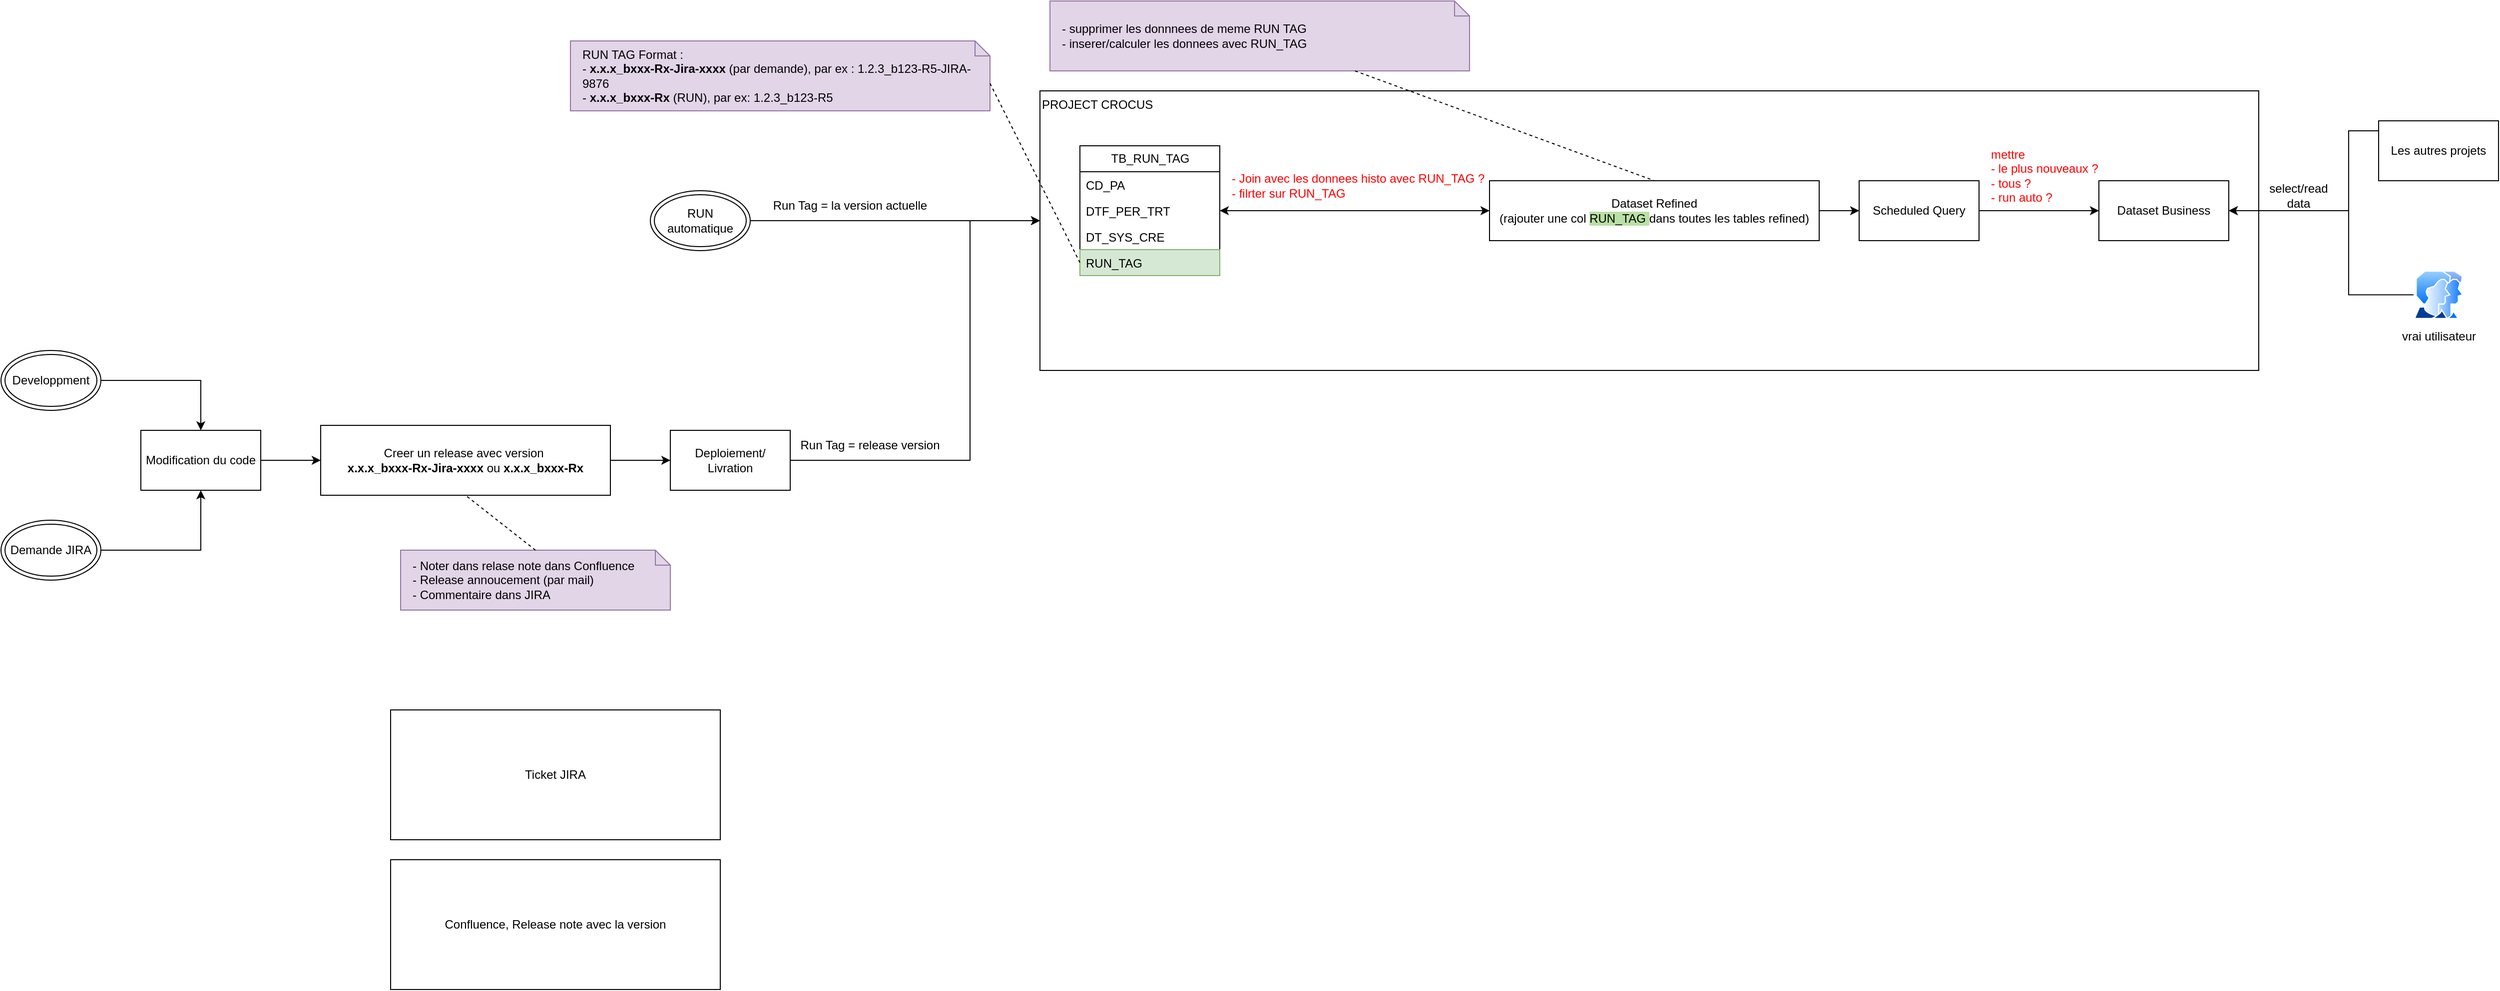
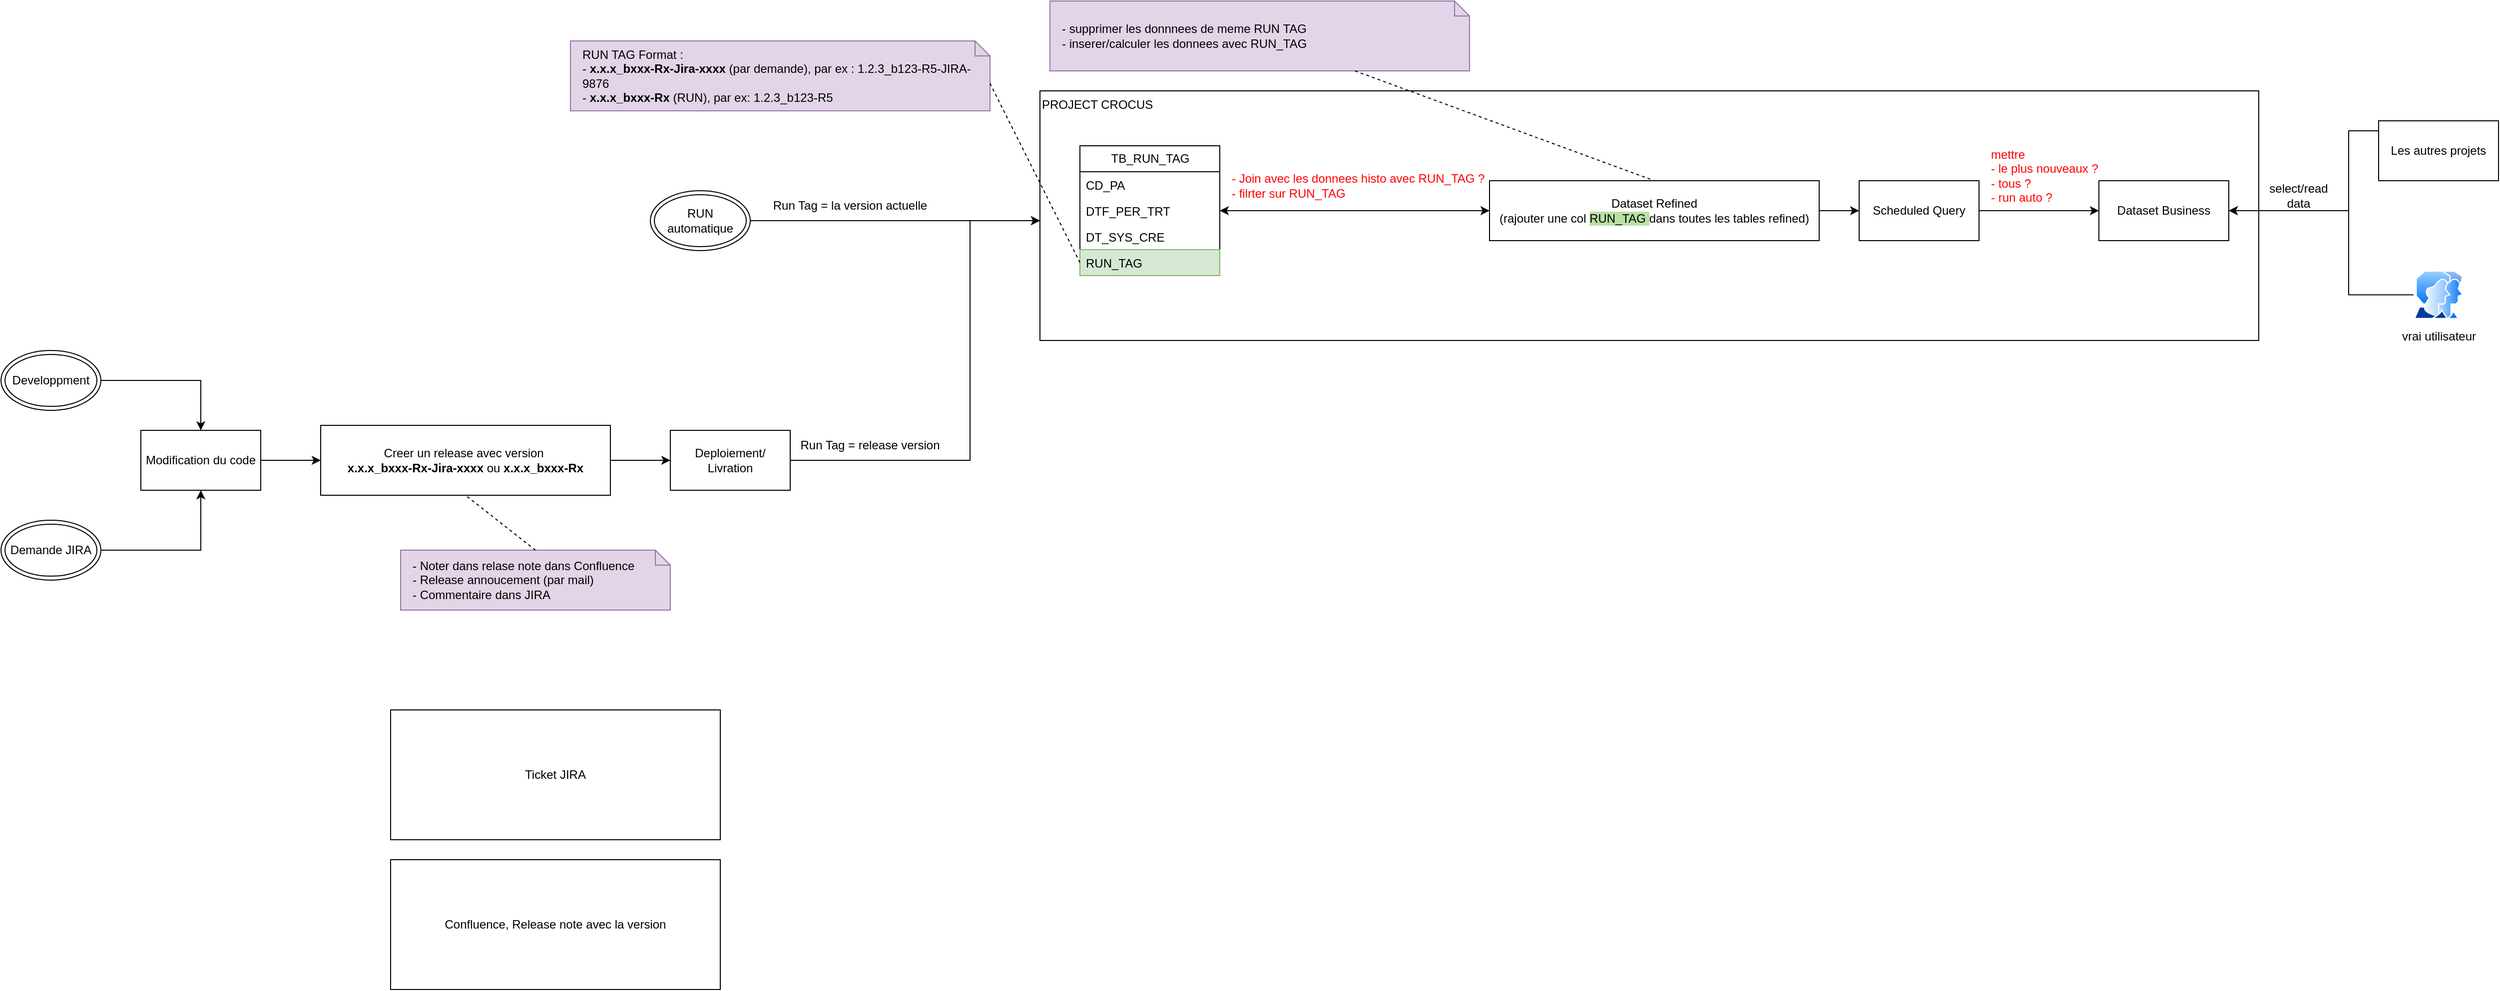
<mxfile host="app.diagrams.net">
  <diagram name="Page-1" id="bEAYSmEDHXBXhFzCy1HB">
-     <mxGraphModel dx="2532" dy="922" grid="1" gridSize="10" guides="1" tooltips="1" connect="1" arrows="1" fold="1" page="1" pageScale="1" pageWidth="827" pageHeight="1169" math="0" shadow="0">
+     <mxGraphModel dx="3234" dy="1301" grid="1" gridSize="10" guides="1" tooltips="1" connect="1" arrows="1" fold="1" page="1" pageScale="1" pageWidth="827" pageHeight="1169" math="0" shadow="0">
      <root>
        <mxCell id="0" />
        <mxCell id="1" parent="0" />
        <mxCell id="QUzsFoNl6aFI_2ed8XXq-13" parent="1" style="rounded=0;whiteSpace=wrap;html=1;align=left;verticalAlign=top;" value="PROJECT CROCUS" vertex="1">
-           <mxGeometry height="280" width="1220" x="380" y="140" as="geometry" />
+           <mxGeometry height="250" width="1220" x="380" y="140" as="geometry" />
        </mxCell>
        <mxCell id="QUzsFoNl6aFI_2ed8XXq-1" parent="1" style="swimlane;fontStyle=0;childLayout=stackLayout;horizontal=1;startSize=26;fillColor=none;horizontalStack=0;resizeParent=1;resizeParentMax=0;resizeLast=0;collapsible=1;marginBottom=0;html=1;" value="TB_RUN_TAG" vertex="1">
          <mxGeometry height="130" width="140" x="420" y="195" as="geometry" />
        </mxCell>
        <mxCell id="QUzsFoNl6aFI_2ed8XXq-2" parent="QUzsFoNl6aFI_2ed8XXq-1" style="text;strokeColor=none;fillColor=none;align=left;verticalAlign=top;spacingLeft=4;spacingRight=4;overflow=hidden;rotatable=0;points=[[0,0.5],[1,0.5]];portConstraint=eastwest;whiteSpace=wrap;html=1;" value="CD_PA" vertex="1">
          <mxGeometry height="26" width="140" y="26" as="geometry" />
        </mxCell>
        <mxCell id="QUzsFoNl6aFI_2ed8XXq-3" parent="QUzsFoNl6aFI_2ed8XXq-1" style="text;strokeColor=none;fillColor=none;align=left;verticalAlign=top;spacingLeft=4;spacingRight=4;overflow=hidden;rotatable=0;points=[[0,0.5],[1,0.5]];portConstraint=eastwest;whiteSpace=wrap;html=1;" value="DTF_PER_TRT" vertex="1">
          <mxGeometry height="26" width="140" y="52" as="geometry" />
        </mxCell>
        <mxCell id="QUzsFoNl6aFI_2ed8XXq-4" parent="QUzsFoNl6aFI_2ed8XXq-1" style="text;strokeColor=none;fillColor=none;align=left;verticalAlign=top;spacingLeft=4;spacingRight=4;overflow=hidden;rotatable=0;points=[[0,0.5],[1,0.5]];portConstraint=eastwest;whiteSpace=wrap;html=1;" value="DT_SYS_CRE" vertex="1">
          <mxGeometry height="26" width="140" y="78" as="geometry" />
        </mxCell>
        <mxCell id="QUzsFoNl6aFI_2ed8XXq-5" parent="QUzsFoNl6aFI_2ed8XXq-1" style="text;strokeColor=#82b366;fillColor=#d5e8d4;align=left;verticalAlign=top;spacingLeft=4;spacingRight=4;overflow=hidden;rotatable=0;points=[[0,0.5],[1,0.5]];portConstraint=eastwest;whiteSpace=wrap;html=1;" value="RUN_TAG" vertex="1">
          <mxGeometry height="26" width="140" y="104" as="geometry" />
        </mxCell>
        <mxCell id="QUzsFoNl6aFI_2ed8XXq-7" parent="1" style="shape=note;size=15;align=left;spacingLeft=10;html=1;whiteSpace=wrap;fillColor=#e1d5e7;strokeColor=#9673a6;" value="RUN TAG Format :&amp;nbsp;&lt;div&gt;- &lt;b&gt;x.x.x_bxxx-Rx-Jira-xxxx&lt;/b&gt; (par demande), par ex : 1.2.3_b123-R5-JIRA-9876&lt;/div&gt;&lt;div&gt;-&lt;b&gt; x.x.x_bxxx-Rx&lt;/b&gt; (RUN), par ex: 1.2.3_b123-R5&lt;/div&gt;" vertex="1">
          <mxGeometry height="70" width="420" x="-90" y="90" as="geometry" />
        </mxCell>
        <mxCell id="QUzsFoNl6aFI_2ed8XXq-8" edge="1" parent="1" source="QUzsFoNl6aFI_2ed8XXq-7" style="edgeStyle=none;endArrow=none;exitX=0;exitY=0;dashed=1;html=1;rounded=0;entryX=0;entryY=0.5;entryDx=0;entryDy=0;exitDx=420;exitDy=42.5;exitPerimeter=0;" target="QUzsFoNl6aFI_2ed8XXq-5" value="">
          <mxGeometry relative="1" x="1" as="geometry">
            <mxPoint x="590" y="660" as="targetPoint" />
          </mxGeometry>
        </mxCell>
        <mxCell id="QUzsFoNl6aFI_2ed8XXq-10" parent="1" style="rounded=0;whiteSpace=wrap;html=1;" value="Confluence, Release note avec la v&lt;span style=&quot;background-color: transparent; color: light-dark(rgb(0, 0, 0), rgb(255, 255, 255));&quot;&gt;ersion&lt;/span&gt;" vertex="1">
          <mxGeometry height="130" width="330" x="-270" y="910" as="geometry" />
        </mxCell>
        <mxCell id="QUzsFoNl6aFI_2ed8XXq-11" parent="1" style="rounded=0;whiteSpace=wrap;html=1;" value="Ticket JIRA" vertex="1">
          <mxGeometry height="130" width="330" x="-270" y="760" as="geometry" />
        </mxCell>
        <mxCell id="QUzsFoNl6aFI_2ed8XXq-42" edge="1" parent="1" source="QUzsFoNl6aFI_2ed8XXq-12" style="edgeStyle=orthogonalEdgeStyle;rounded=0;orthogonalLoop=1;jettySize=auto;html=1;entryX=1;entryY=0.5;entryDx=0;entryDy=0;startArrow=classic;startFill=1;" target="QUzsFoNl6aFI_2ed8XXq-3">
          <mxGeometry relative="1" as="geometry" />
        </mxCell>
        <mxCell id="QUzsFoNl6aFI_2ed8XXq-50" edge="1" parent="1" source="QUzsFoNl6aFI_2ed8XXq-12" style="edgeStyle=orthogonalEdgeStyle;rounded=0;orthogonalLoop=1;jettySize=auto;html=1;" target="QUzsFoNl6aFI_2ed8XXq-46">
          <mxGeometry relative="1" as="geometry">
            <Array as="points" />
          </mxGeometry>
        </mxCell>
        <mxCell id="QUzsFoNl6aFI_2ed8XXq-12" parent="1" style="rounded=0;whiteSpace=wrap;html=1;" value="Dataset Refined&lt;div&gt;(rajouter une col &lt;span style=&quot;background-color: rgb(185, 224, 165);&quot;&gt;RUN_TAG &lt;/span&gt;dans toutes les tables refined)&lt;/div&gt;" vertex="1">
          <mxGeometry height="60" width="330" x="830" y="230" as="geometry" />
        </mxCell>
        <mxCell id="QUzsFoNl6aFI_2ed8XXq-27" edge="1" parent="1" source="QUzsFoNl6aFI_2ed8XXq-33" style="edgeStyle=orthogonalEdgeStyle;rounded=0;orthogonalLoop=1;jettySize=auto;html=1;entryX=0.5;entryY=0;entryDx=0;entryDy=0;" target="QUzsFoNl6aFI_2ed8XXq-23">
          <mxGeometry relative="1" as="geometry">
            <mxPoint x="-760" y="325" as="sourcePoint" />
          </mxGeometry>
        </mxCell>
        <mxCell id="QUzsFoNl6aFI_2ed8XXq-29" edge="1" parent="1" source="QUzsFoNl6aFI_2ed8XXq-34" style="edgeStyle=orthogonalEdgeStyle;rounded=0;orthogonalLoop=1;jettySize=auto;html=1;entryX=0.5;entryY=1;entryDx=0;entryDy=0;" target="QUzsFoNl6aFI_2ed8XXq-23">
          <mxGeometry relative="1" as="geometry">
            <mxPoint x="-820" y="785" as="sourcePoint" />
          </mxGeometry>
        </mxCell>
        <mxCell id="QUzsFoNl6aFI_2ed8XXq-19" parent="1" style="text;html=1;whiteSpace=wrap;strokeColor=none;fillColor=none;align=center;verticalAlign=middle;rounded=0;" value="Run Tag = la version actuelle" vertex="1">
          <mxGeometry height="30" width="200" x="90" y="240" as="geometry" />
        </mxCell>
        <mxCell id="QUzsFoNl6aFI_2ed8XXq-28" edge="1" parent="1" source="QUzsFoNl6aFI_2ed8XXq-23" style="edgeStyle=orthogonalEdgeStyle;rounded=0;orthogonalLoop=1;jettySize=auto;html=1;" target="QUzsFoNl6aFI_2ed8XXq-25">
          <mxGeometry relative="1" as="geometry" />
        </mxCell>
        <mxCell id="QUzsFoNl6aFI_2ed8XXq-23" parent="1" style="rounded=0;whiteSpace=wrap;html=1;" value="Modification du code" vertex="1">
          <mxGeometry height="60" width="120" x="-520" y="480" as="geometry" />
        </mxCell>
        <mxCell id="QUzsFoNl6aFI_2ed8XXq-31" edge="1" parent="1" source="QUzsFoNl6aFI_2ed8XXq-24" style="edgeStyle=orthogonalEdgeStyle;rounded=0;orthogonalLoop=1;jettySize=auto;html=1;" target="QUzsFoNl6aFI_2ed8XXq-13">
          <mxGeometry relative="1" as="geometry">
            <Array as="points">
              <mxPoint x="310" y="510" />
              <mxPoint x="310" y="270" />
            </Array>
          </mxGeometry>
        </mxCell>
        <mxCell id="QUzsFoNl6aFI_2ed8XXq-24" parent="1" style="rounded=0;whiteSpace=wrap;html=1;" value="Deploiement/ Livration" vertex="1">
          <mxGeometry height="60" width="120" x="10" y="480" as="geometry" />
        </mxCell>
        <mxCell id="QUzsFoNl6aFI_2ed8XXq-30" edge="1" parent="1" source="QUzsFoNl6aFI_2ed8XXq-25" style="edgeStyle=orthogonalEdgeStyle;rounded=0;orthogonalLoop=1;jettySize=auto;html=1;entryX=0;entryY=0.5;entryDx=0;entryDy=0;" target="QUzsFoNl6aFI_2ed8XXq-24">
          <mxGeometry relative="1" as="geometry" />
        </mxCell>
        <mxCell id="QUzsFoNl6aFI_2ed8XXq-25" parent="1" style="rounded=0;whiteSpace=wrap;html=1;" value="Creer un release avec version&amp;nbsp;&lt;div&gt;&lt;span style=&quot;text-align: left;&quot;&gt;&lt;b&gt;x.x.x_bxxx-Rx-Jira-xxxx&lt;/b&gt; ou&amp;nbsp;&lt;/span&gt;&lt;span style=&quot;text-align: left;&quot;&gt;&lt;b&gt;x.x.x_bxxx-Rx&lt;/b&gt;&lt;/span&gt;&lt;/div&gt;" vertex="1">
          <mxGeometry height="70" width="290" x="-340" y="475" as="geometry" />
        </mxCell>
        <mxCell id="QUzsFoNl6aFI_2ed8XXq-33" parent="1" style="ellipse;shape=doubleEllipse;whiteSpace=wrap;html=1;" value="Developpment" vertex="1">
          <mxGeometry height="60" width="100" x="-660" y="400" as="geometry" />
        </mxCell>
        <mxCell id="QUzsFoNl6aFI_2ed8XXq-34" parent="1" style="ellipse;shape=doubleEllipse;whiteSpace=wrap;html=1;" value="Demande JIRA" vertex="1">
          <mxGeometry height="60" width="100" x="-660" y="570" as="geometry" />
        </mxCell>
        <mxCell id="QUzsFoNl6aFI_2ed8XXq-36" edge="1" parent="1" source="QUzsFoNl6aFI_2ed8XXq-35" style="edgeStyle=orthogonalEdgeStyle;rounded=0;orthogonalLoop=1;jettySize=auto;html=1;" target="QUzsFoNl6aFI_2ed8XXq-13">
          <mxGeometry relative="1" as="geometry">
            <Array as="points">
              <mxPoint x="40" y="270" />
              <mxPoint x="40" y="270" />
            </Array>
          </mxGeometry>
        </mxCell>
        <mxCell id="QUzsFoNl6aFI_2ed8XXq-35" parent="1" style="ellipse;shape=doubleEllipse;whiteSpace=wrap;html=1;" value="RUN automatique" vertex="1">
          <mxGeometry height="60" width="100" x="-10" y="240" as="geometry" />
        </mxCell>
        <mxCell id="QUzsFoNl6aFI_2ed8XXq-37" parent="1" style="text;html=1;whiteSpace=wrap;strokeColor=none;fillColor=none;align=center;verticalAlign=middle;rounded=0;" value="Run Tag = release version" vertex="1">
          <mxGeometry height="30" width="200" x="110" y="480" as="geometry" />
        </mxCell>
        <mxCell id="QUzsFoNl6aFI_2ed8XXq-38" parent="1" style="shape=note;size=15;align=left;spacingLeft=10;html=1;whiteSpace=wrap;fillColor=#e1d5e7;strokeColor=#9673a6;" value="- Noter dans relase note dans Confluence&lt;div&gt;- Release annoucement (par mail)&lt;/div&gt;&lt;div&gt;- Commentaire dans JIRA&lt;/div&gt;" vertex="1">
          <mxGeometry height="60" width="270" x="-260" y="600" as="geometry" />
        </mxCell>
        <mxCell id="QUzsFoNl6aFI_2ed8XXq-39" edge="1" parent="1" source="QUzsFoNl6aFI_2ed8XXq-38" style="edgeStyle=none;endArrow=none;exitX=0.5;exitY=0;dashed=1;html=1;rounded=0;entryX=0.5;entryY=1;entryDx=0;entryDy=0;exitDx=0;exitDy=0;exitPerimeter=0;" target="QUzsFoNl6aFI_2ed8XXq-25" value="">
          <mxGeometry relative="1" x="1" as="geometry">
            <mxPoint x="710" y="660" as="sourcePoint" />
            <mxPoint x="762" y="510" as="targetPoint" />
          </mxGeometry>
        </mxCell>
        <mxCell id="QUzsFoNl6aFI_2ed8XXq-40" parent="1" style="shape=note;size=15;align=left;spacingLeft=10;html=1;whiteSpace=wrap;fillColor=#e1d5e7;strokeColor=#9673a6;" value="- supprimer les donnnees de meme RUN TAG&lt;div&gt;- inserer/calculer les donnees avec RUN_TAG&lt;/div&gt;" vertex="1">
          <mxGeometry height="70" width="420" x="390" y="50" as="geometry" />
        </mxCell>
        <mxCell id="QUzsFoNl6aFI_2ed8XXq-41" edge="1" parent="1" source="QUzsFoNl6aFI_2ed8XXq-40" style="edgeStyle=none;endArrow=none;dashed=1;html=1;rounded=0;entryX=0.5;entryY=0;entryDx=0;entryDy=0;" target="QUzsFoNl6aFI_2ed8XXq-12" value="">
          <mxGeometry relative="1" x="1" as="geometry">
            <mxPoint x="720" y="650" as="sourcePoint" />
            <mxPoint x="772" y="500" as="targetPoint" />
          </mxGeometry>
        </mxCell>
        <mxCell id="QUzsFoNl6aFI_2ed8XXq-43" parent="1" style="text;html=1;whiteSpace=wrap;strokeColor=none;fillColor=none;align=left;verticalAlign=middle;rounded=0;" value="&lt;font style=&quot;color: rgb(255, 0, 0);&quot;&gt;- Join avec les donnees histo avec RUN_TAG ?&lt;/font&gt;&lt;div&gt;&lt;font style=&quot;color: rgb(255, 0, 0);&quot;&gt;- filrter sur RUN_TAG&lt;/font&gt;&lt;/div&gt;" vertex="1">
          <mxGeometry height="30" width="270" x="570" y="220" as="geometry" />
        </mxCell>
        <mxCell id="QUzsFoNl6aFI_2ed8XXq-45" parent="1" style="rounded=0;whiteSpace=wrap;html=1;" value="Dataset Business" vertex="1">
          <mxGeometry height="60" width="130" x="1440" y="230" as="geometry" />
        </mxCell>
        <mxCell id="QUzsFoNl6aFI_2ed8XXq-48" edge="1" parent="1" source="QUzsFoNl6aFI_2ed8XXq-46" style="edgeStyle=orthogonalEdgeStyle;rounded=0;orthogonalLoop=1;jettySize=auto;html=1;" target="QUzsFoNl6aFI_2ed8XXq-45">
          <mxGeometry relative="1" as="geometry" />
        </mxCell>
        <mxCell id="QUzsFoNl6aFI_2ed8XXq-46" parent="1" style="rounded=0;whiteSpace=wrap;html=1;" value="Scheduled Query" vertex="1">
          <mxGeometry height="60" width="120" x="1200" y="230" as="geometry" />
        </mxCell>
        <mxCell id="QUzsFoNl6aFI_2ed8XXq-51" parent="1" style="text;html=1;whiteSpace=wrap;strokeColor=none;fillColor=none;align=left;verticalAlign=middle;rounded=0;fontColor=#FF0000;" value="mettre&amp;nbsp;&lt;div&gt;- le plus nouveaux ?&lt;/div&gt;&lt;div&gt;- tous ?&lt;/div&gt;&lt;div&gt;- run auto ?&lt;/div&gt;" vertex="1">
          <mxGeometry height="30" width="370" x="1330" y="210" as="geometry" />
        </mxCell>
        <mxCell id="QUzsFoNl6aFI_2ed8XXq-59" edge="1" parent="1" source="QUzsFoNl6aFI_2ed8XXq-52" style="edgeStyle=orthogonalEdgeStyle;rounded=0;orthogonalLoop=1;jettySize=auto;html=1;entryX=1;entryY=0.5;entryDx=0;entryDy=0;" target="QUzsFoNl6aFI_2ed8XXq-45">
          <mxGeometry relative="1" as="geometry">
            <Array as="points">
              <mxPoint x="1690" y="180" />
              <mxPoint x="1690" y="260" />
            </Array>
          </mxGeometry>
        </mxCell>
        <mxCell id="QUzsFoNl6aFI_2ed8XXq-52" parent="1" style="rounded=0;whiteSpace=wrap;html=1;" value="Les autres projets" vertex="1">
          <mxGeometry height="60" width="120" x="1720" y="170" as="geometry" />
        </mxCell>
        <mxCell id="QUzsFoNl6aFI_2ed8XXq-58" edge="1" parent="1" source="QUzsFoNl6aFI_2ed8XXq-57" style="edgeStyle=orthogonalEdgeStyle;rounded=0;orthogonalLoop=1;jettySize=auto;html=1;entryX=1;entryY=0.5;entryDx=0;entryDy=0;" target="QUzsFoNl6aFI_2ed8XXq-45">
          <mxGeometry relative="1" as="geometry">
            <Array as="points">
              <mxPoint x="1690" y="344" />
              <mxPoint x="1690" y="260" />
            </Array>
          </mxGeometry>
        </mxCell>
        <mxCell id="QUzsFoNl6aFI_2ed8XXq-57" parent="1" style="image;aspect=fixed;perimeter=ellipsePerimeter;html=1;align=center;shadow=0;dashed=0;spacingTop=3;image=img/lib/active_directory/user_accounts.svg;" value="vrai utilisateur" vertex="1">
          <mxGeometry height="48.5" width="50" x="1755" y="320" as="geometry" />
        </mxCell>
        <mxCell id="QUzsFoNl6aFI_2ed8XXq-60" parent="1" style="text;html=1;whiteSpace=wrap;strokeColor=none;fillColor=none;align=center;verticalAlign=middle;rounded=0;" value="select/read data" vertex="1">
          <mxGeometry height="30" width="60" x="1610" y="230" as="geometry" />
        </mxCell>
      </root>
    </mxGraphModel>
  </diagram>
</mxfile>
